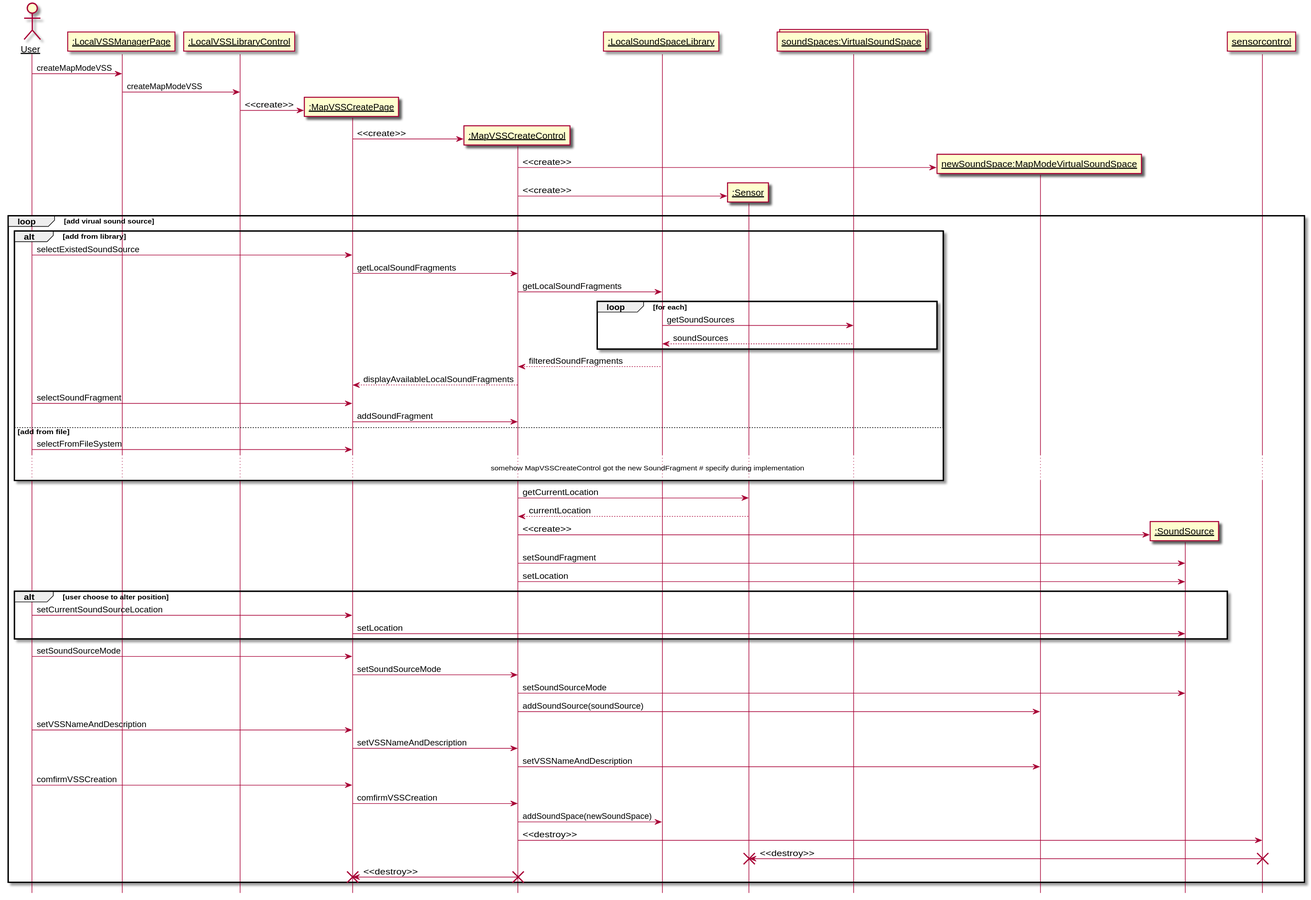
The PlantUML diagram 需求定义和分析/CreateMapModeVSS.svg in kpp19920121/doc, before a commit.
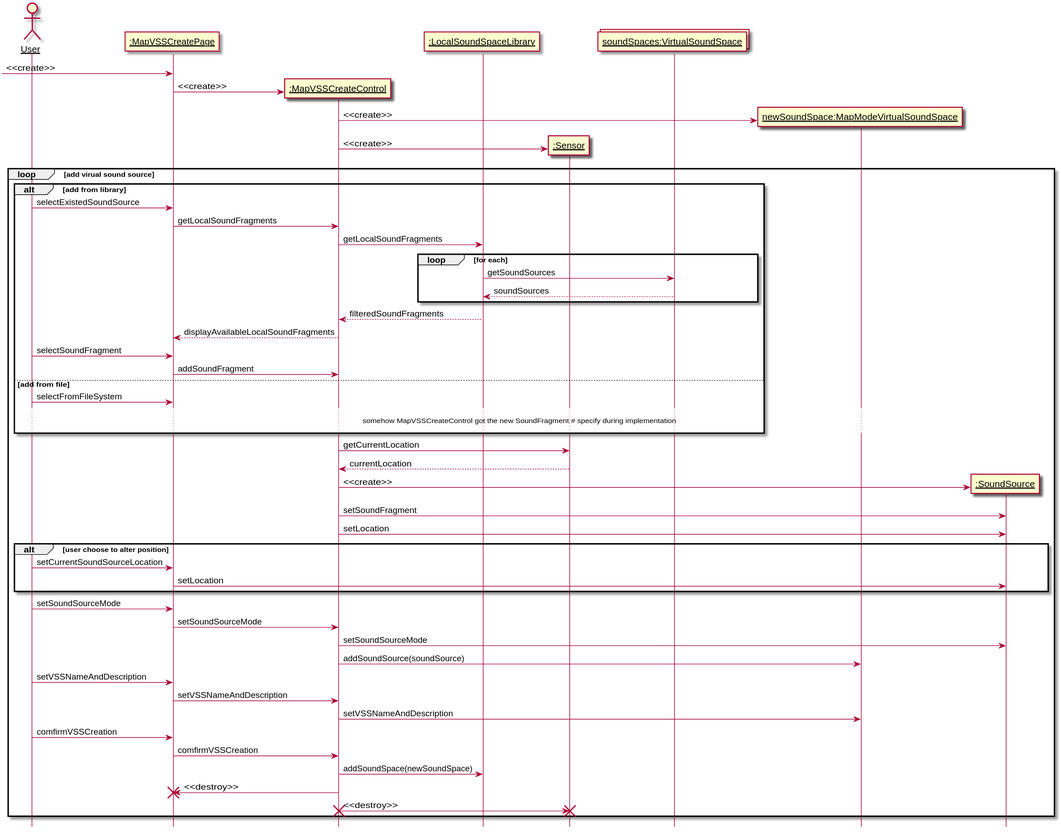
The same file after the commit.

Change to the diagram source:
```diff
@@ -4,8 +4,6 @@
 
 
 actor User as user
-participant ":LocalVSSManagerPage" as boundary
-participant ":LocalVSSLibraryControl" as control
 participant ":MapVSSCreatePage" as createboundary
 participant ":MapVSSCreateControl" as createcontrol
 participant ":LocalSoundSpaceLibrary" as library
@@ -14,11 +12,7 @@
 participant "newSoundSpace:MapModeVirtualSoundSpace" as newspace
 
 
-
-user -> boundary: createMapModeVSS
-boundary -> control: createMapModeVSS
-create createboundary
-control -> createboundary: <<create>>
+[-> createboundary: <<create>>
 create createcontrol
 createboundary -> createcontrol: <<create>>
 create newspace
@@ -67,12 +61,10 @@
     user -> createboundary: comfirmVSSCreation
     createboundary -> createcontrol: comfirmVSSCreation
     createcontrol -> library: addSoundSpace(newSoundSpace)
-    createcontrol -> sensorcontrol: <<destroy>>
-    sensorcontrol -> sensor: <<destroy>>
-    destroy sensorcontrol
-    destroy sensor
     createcontrol -> createboundary: <<destroy>>
     destroy createboundary
+    createcontrol -> sensor: <<destroy>>
+    destroy sensor
     destroy createcontrol
 
 
```
